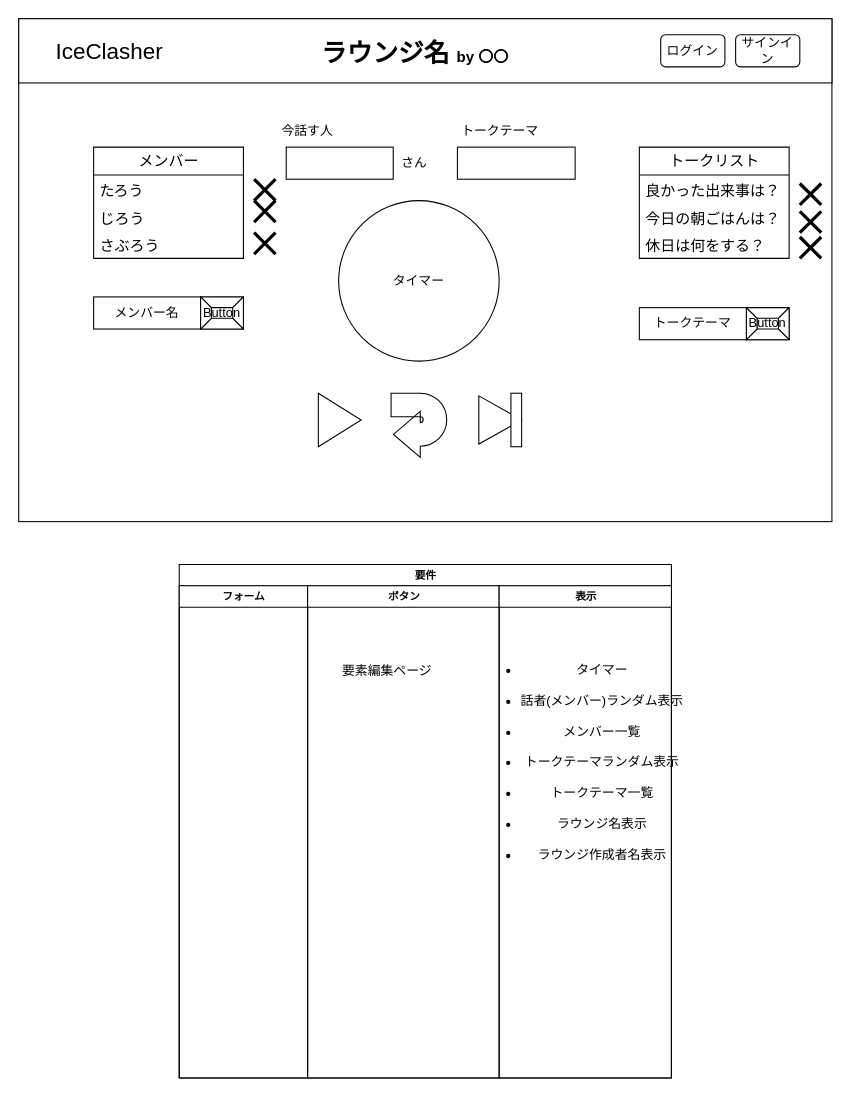
The draw.io diagram rough sketch/ラウンジページ.dio in sabanonitsuke/IceClasher, before the edit. Source tidied: cells renumbered, new cells numbered last; positions are measured from the earlier drawing's top-left corner, leaving out a move shared by most shapes. Both pictures are drawn from the tidied source at 107%, with x=0, y=0 at pixel (18, 18).
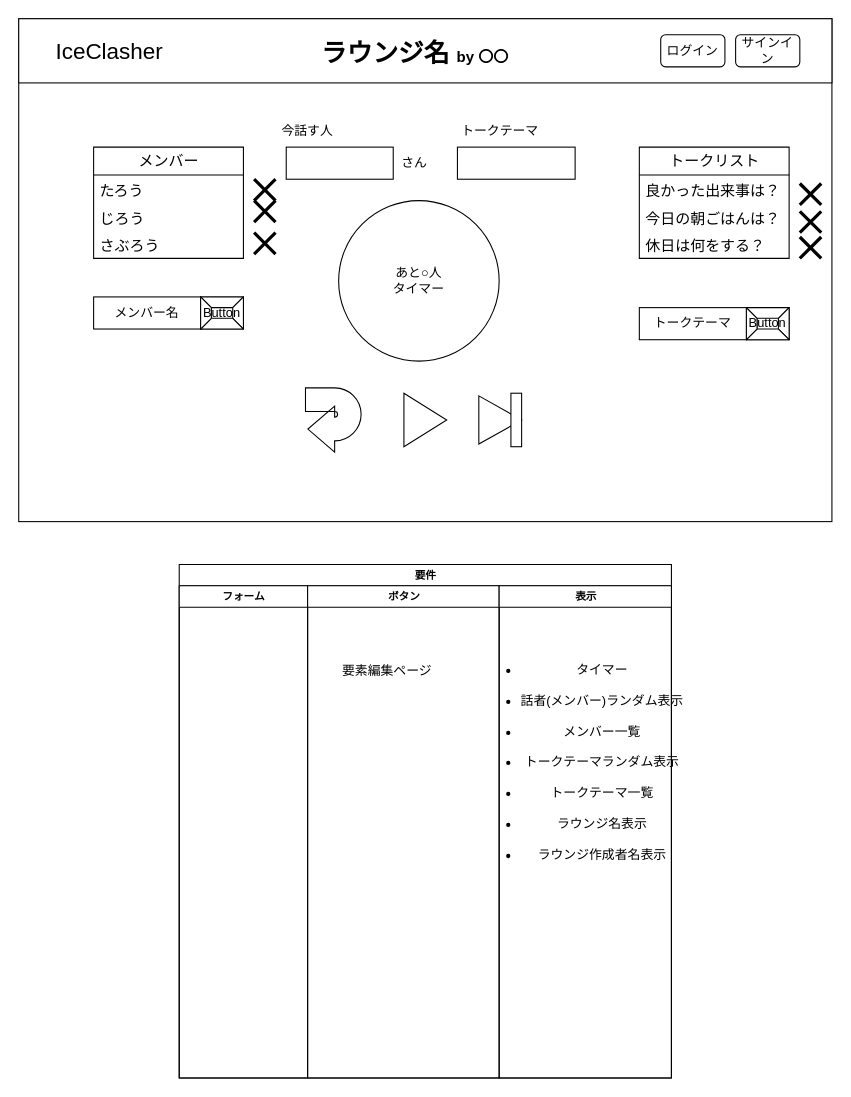
Above is the later version.

Change to the diagram source:
```diff
@@
-    <mxCell id="13" value="タイマー" style="ellipse;whiteSpace=wrap;html=1;" parent="1" vertex="1">
+    <mxCell id="13" value="あと○人&lt;br&gt;タイマー" style="ellipse;whiteSpace=wrap;html=1;" parent="1" vertex="1">
       <mxGeometry x="299" y="170" width="150" height="150" as="geometry" />
     </mxCell>
@@
     <mxCell id="18" style="triangle;whiteSpace=wrap;html=1;" parent="1" vertex="1">
-      <mxGeometry x="280" y="350" width="40" height="50" as="geometry" />
+      <mxGeometry x="360" y="350" width="40" height="50" as="geometry" />
     </mxCell>
@@
     <mxCell id="41" style="html=1;shadow=0;dashed=0;align=center;verticalAlign=middle;shape=mxgraph.arrows2.uTurnArrow;dy=11;arrowHead=43;dx2=25;fontSize=14;direction=west;" parent="1" vertex="1">
-      <mxGeometry x="348" y="350" width="52" height="60" as="geometry" />
+      <mxGeometry x="268" y="345" width="52" height="60" as="geometry" />
     </mxCell>
```
